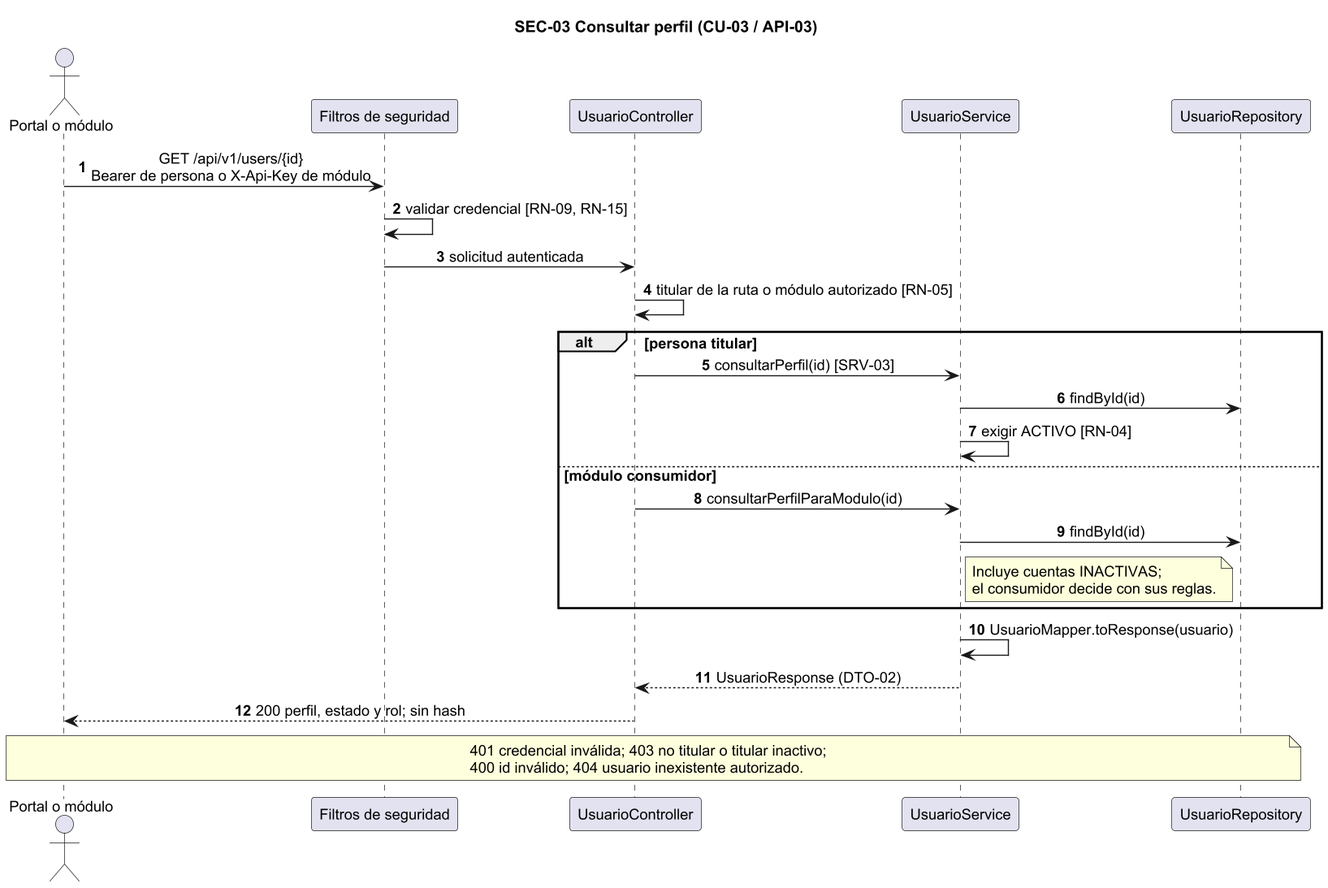
Before: doc/Diagramas/SEC-03.png, a diagram exported from PlantUML (CarlaGorgal2002/deliverygo-usuarios-auth).
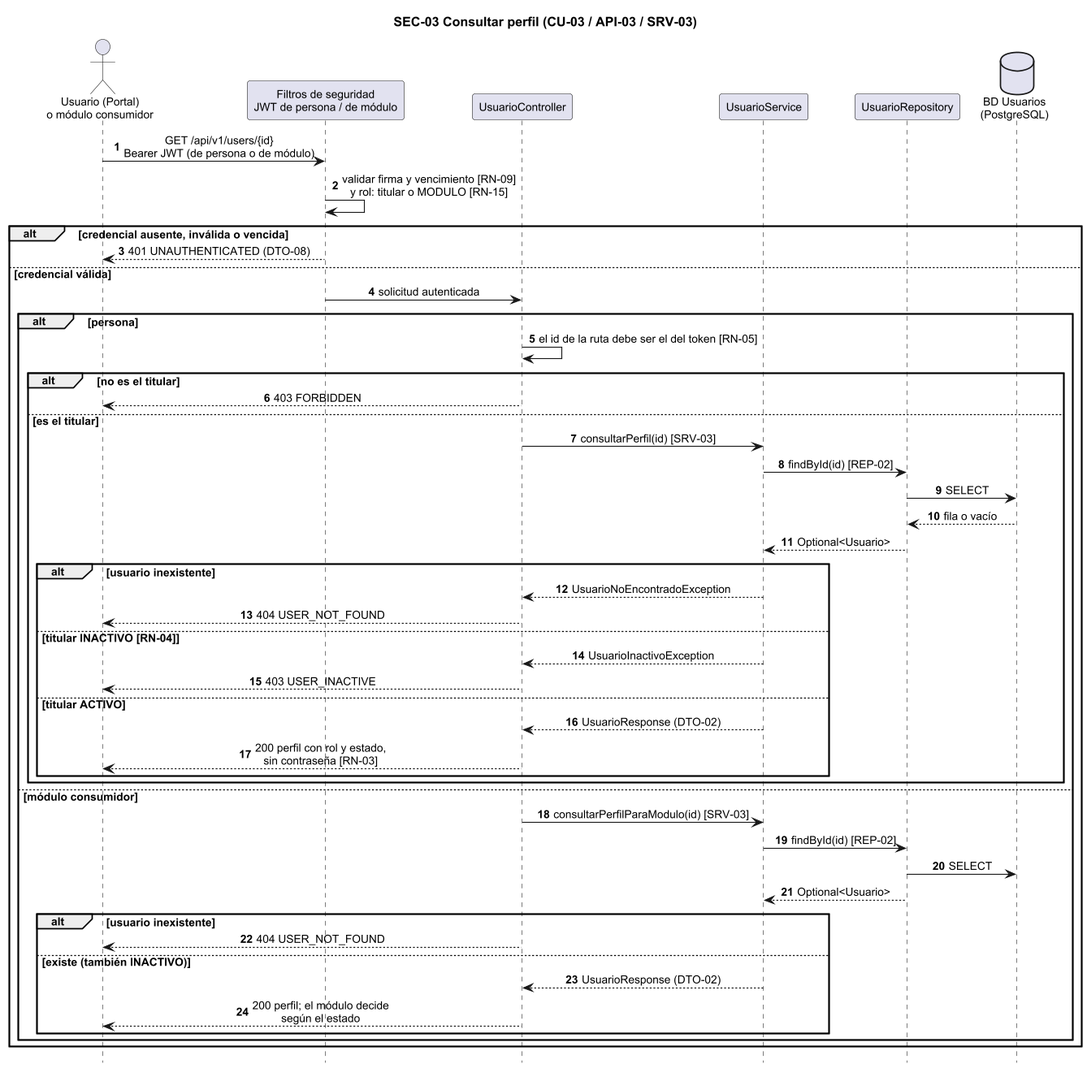
The same diagram one commit later.

What changed in the source:
```diff
@@ -1,31 +1,60 @@
 @startuml SEC-03
-skinparam dpi 135
+skinparam dpi 110
 skinparam shadowing false
 skinparam defaultFontName Arial
-skinparam defaultFontSize 13
+skinparam defaultFontSize 12
 skinparam sequenceMessageAlign center
-title SEC-03 Consultar perfil (CU-03 / API-03)
+skinparam responseMessageBelowArrow true
+skinparam NoteBackgroundColor #FFF9DB
+skinparam ParticipantPadding 12
+hide footbox
+title SEC-03 Consultar perfil (CU-03 / API-03 / SRV-03)
 autonumber
-actor "Portal o módulo" as A
-participant "Filtros de seguridad" as F
+actor "Usuario (Portal)\no módulo consumidor" as A
+participant "Filtros de seguridad\nJWT de persona / de módulo" as F
 participant UsuarioController as C
 participant UsuarioService as S
-participant UsuarioRepository as R
-A -> F : GET /api/v1/users/{id}\nBearer de persona o X-Api-Key de módulo
-F -> F : validar credencial [RN-09, RN-15]
-F -> C : solicitud autenticada
-C -> C : titular de la ruta o módulo autorizado [RN-05]
-alt persona titular
- C -> S : consultarPerfil(id) [SRV-03]
- S -> R : findById(id)
- S -> S : exigir ACTIVO [RN-04]
-else módulo consumidor
- C -> S : consultarPerfilParaModulo(id)
- S -> R : findById(id)
- note right of S : Incluye cuentas INACTIVAS;\nel consumidor decide con sus reglas.
+participant UsuarioRepository as UR
+database "BD Usuarios\n(PostgreSQL)" as DB
+
+A -> F : GET /api/v1/users/{id}\nBearer JWT (de persona o de módulo)
+F -> F : validar firma y vencimiento [RN-09]\ny rol: titular o MODULO [RN-15]
+alt credencial ausente, inválida o vencida
+  F --> A : 401 UNAUTHENTICATED (DTO-08)
+else credencial válida
+  F -> C : solicitud autenticada
+  alt persona
+    C -> C : el id de la ruta debe ser el del token [RN-05]
+    alt no es el titular
+      C --> A : 403 FORBIDDEN
+    else es el titular
+      C -> S : consultarPerfil(id) [SRV-03]
+      S -> UR : findById(id) [REP-02]
+      UR -> DB : SELECT
+      DB --> UR : fila o vacío
+      UR --> S : Optional<Usuario>
+      alt usuario inexistente
+        S --> C : UsuarioNoEncontradoException
+        C --> A : 404 USER_NOT_FOUND
+      else titular INACTIVO [RN-04]
+        S --> C : UsuarioInactivoException
+        C --> A : 403 USER_INACTIVE
+      else titular ACTIVO
+        S --> C : UsuarioResponse (DTO-02)
+        C --> A : 200 perfil con rol y estado,\nsin contraseña [RN-03]
+      end
+    end
+  else módulo consumidor
+    C -> S : consultarPerfilParaModulo(id) [SRV-03]
+    S -> UR : findById(id) [REP-02]
+    UR -> DB : SELECT
+    UR --> S : Optional<Usuario>
+    alt usuario inexistente
+      C --> A : 404 USER_NOT_FOUND
+    else existe (también INACTIVO)
+      S --> C : UsuarioResponse (DTO-02)
+      C --> A : 200 perfil; el módulo decide\nsegún el estado
+    end
+  end
 end
-S -> S : UsuarioMapper.toResponse(usuario)
-S --> C : UsuarioResponse (DTO-02)
-C --> A : 200 perfil, estado y rol; sin hash
-note over A,R : 401 credencial inválida; 403 no titular o titular inactivo;\n400 id inválido; 404 usuario inexistente autorizado.
 @enduml
```
